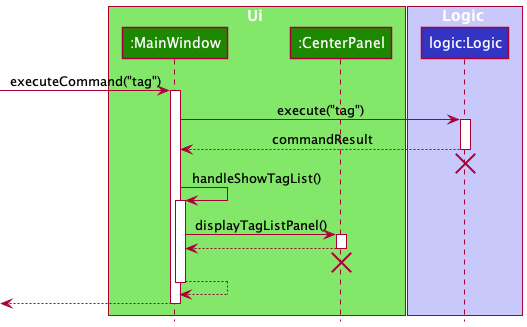
Before: docs/images/ViewTagSequenceDiagramUi.png, a diagram exported from PlantUML (nus-cs2103-AY2122S1/tp). Source of this version:
```plantuml
@startuml
!include style.puml

box Ui UI_COLOR_T1
participant ":MainWindow" as MainWindow UI_COLOR
participant ":CenterPanel" as CenterPanel UI_COLOR
end box

box Logic LOGIC_COLOR_T1
participant "logic:Logic" as Logic LOGIC_COLOR
end box

[-> MainWindow : executeCommand("tag")
activate MainWindow

MainWindow -> Logic : execute("tag")
activate Logic

Logic --> MainWindow : commandResult
deactivate Logic

Logic -[hidden]-> MainWindow
destroy Logic

MainWindow -> MainWindow : handleShowTagList()
activate MainWindow

MainWindow -> CenterPanel : displayTagListPanel()
activate CenterPanel

CenterPanel --> MainWindow
deactivate CenterPanel

CenterPanel -[hidden]-> MainWindow
destroy CenterPanel

MainWindow --> MainWindow
deactivate MainWindow

[<-- MainWindow
deactivate MainWindow

@enduml
```
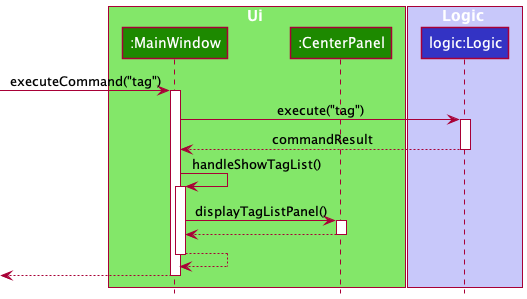
After the change.

The edit, as a diff of the source:
```diff
@@ -19,9 +19,6 @@
 Logic --> MainWindow : commandResult
 deactivate Logic
 
-Logic -[hidden]-> MainWindow
-destroy Logic
-
 MainWindow -> MainWindow : handleShowTagList()
 activate MainWindow
 
@@ -31,9 +28,6 @@
 CenterPanel --> MainWindow
 deactivate CenterPanel
 
-CenterPanel -[hidden]-> MainWindow
-destroy CenterPanel
-
 MainWindow --> MainWindow
 deactivate MainWindow
 
```
